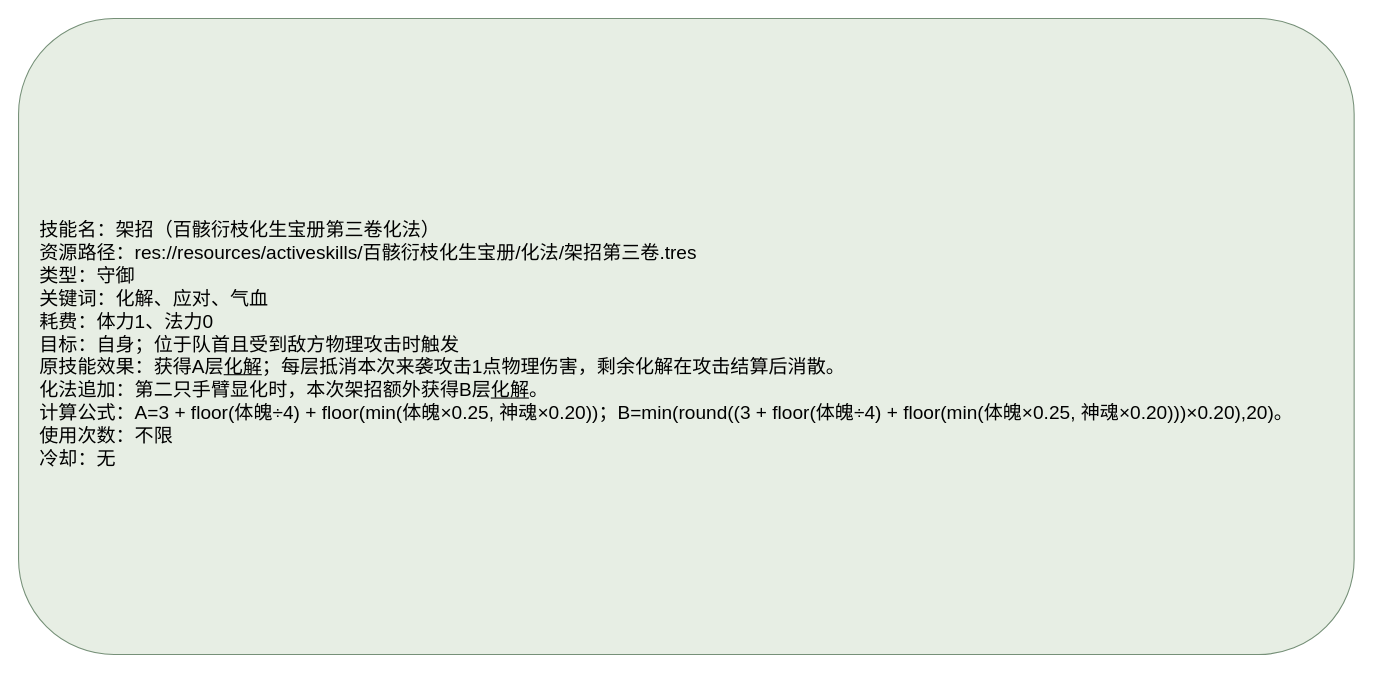
Earlier version of the draw.io diagram docs/卡牌词典/秘籍技能/百骸衍枝化生宝册/化法/架招第三卷.drawio (ankundanetracyc-spec/tian-guan-you-du). Source tidied: cells renumbered, new cells numbered last; positions are measured from the earlier drawing's top-left corner, leaving out a move shared by most shapes. Both pictures are drawn from the tidied source at 106%, with x=0, y=0 at pixel (18, 18).
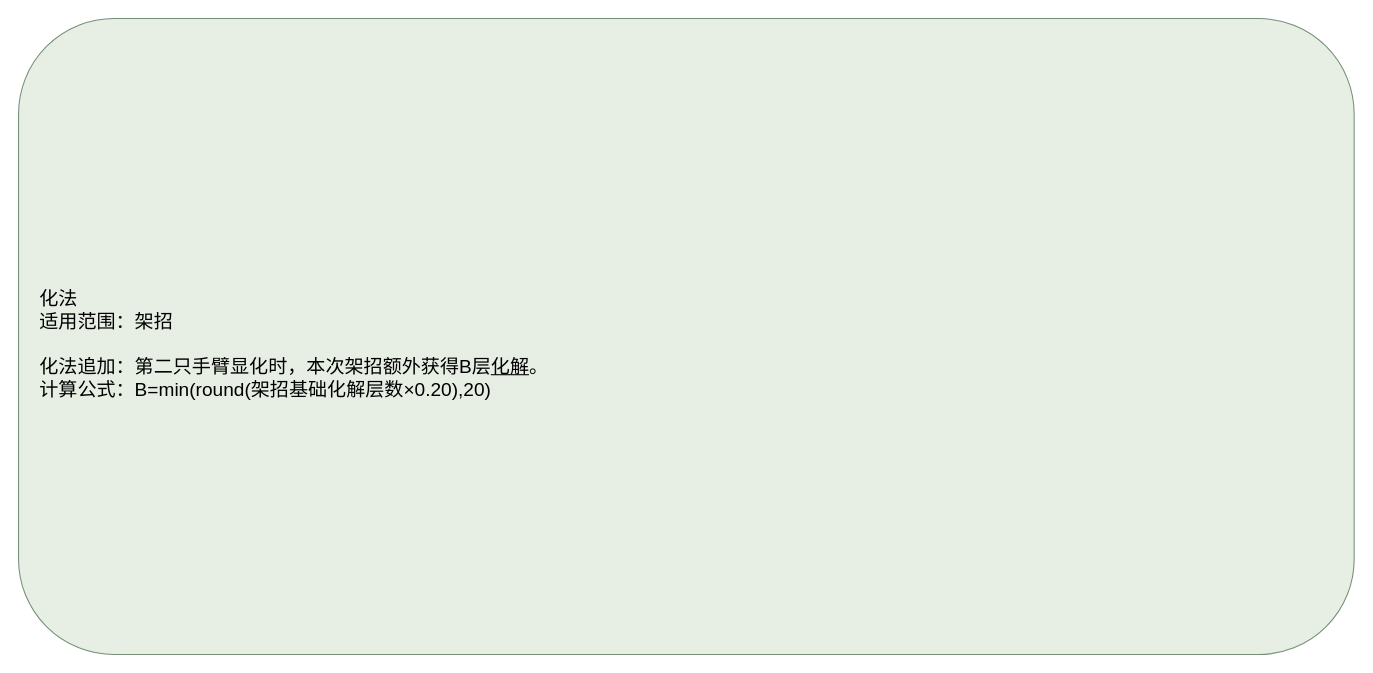
The same page after the edit.

The edit, as a diff of the source:
```diff
@@
 <mxGraphModel>
   <root>
     <mxCell id="0" />
     <mxCell id="1" parent="0" />
-    <mxCell id="2" value="&lt;div style=&quot;text-align:left;&quot;&gt;技能名：架招（百骸衍枝化生宝册第三卷化法）&lt;br&gt;资源路径：res://resources/activeskills/百骸衍枝化生宝册/化法/架招第三卷.tres&lt;br&gt;类型：守御&lt;br&gt;关键词：化解、应对、气血&lt;br&gt;耗费：体力1、法力0&lt;br&gt;目标：自身；位于队首且受到敌方物理攻击时触发&lt;br&gt;原技能效果：获得A层&lt;u&gt;化解&lt;/u&gt;；每层抵消本次来袭攻击1点物理伤害，剩余化解在攻击结算后消散。&lt;br&gt;化法追加：第二只手臂显化时，本次架招额外获得B层&lt;u&gt;化解&lt;/u&gt;。&lt;br&gt;计算公式：A=3 + floor(体魄÷4) + floor(min(体魄×0.25, 神魂×0.20))；B=min(round((3 + floor(体魄÷4) + floor(min(体魄×0.25, 神魂×0.20)))×0.20),20)。&lt;br&gt;使用次数：不限&lt;br&gt;冷却：无&lt;/div&gt;" style="rounded=1;whiteSpace=wrap;html=1;fillColor=#e7eee4;strokeColor=#769078;fontSize=18;align=left;spacingLeft=18;spacingTop=16;" parent="1" vertex="1">
+    <mxCell id="2" value="&lt;div style=&quot;text-align:left;&quot;&gt;化法&lt;br&gt;适用范围：架招&lt;br&gt;&lt;br&gt;化法追加：第二只手臂显化时，本次架招额外获得B层&lt;u&gt;化解&lt;/u&gt;。&lt;br&gt;计算公式：B=min(round(架招基础化解层数×0.20),20)&lt;/div&gt;" style="rounded=1;whiteSpace=wrap;html=1;fillColor=#e7eee4;strokeColor=#769078;fontSize=18;align=left;spacingLeft=18;spacingTop=16;" parent="1" vertex="1">
       <mxGeometry width="1260" height="600" as="geometry" />
     </mxCell>
   </root>
 </mxGraphModel>
```
